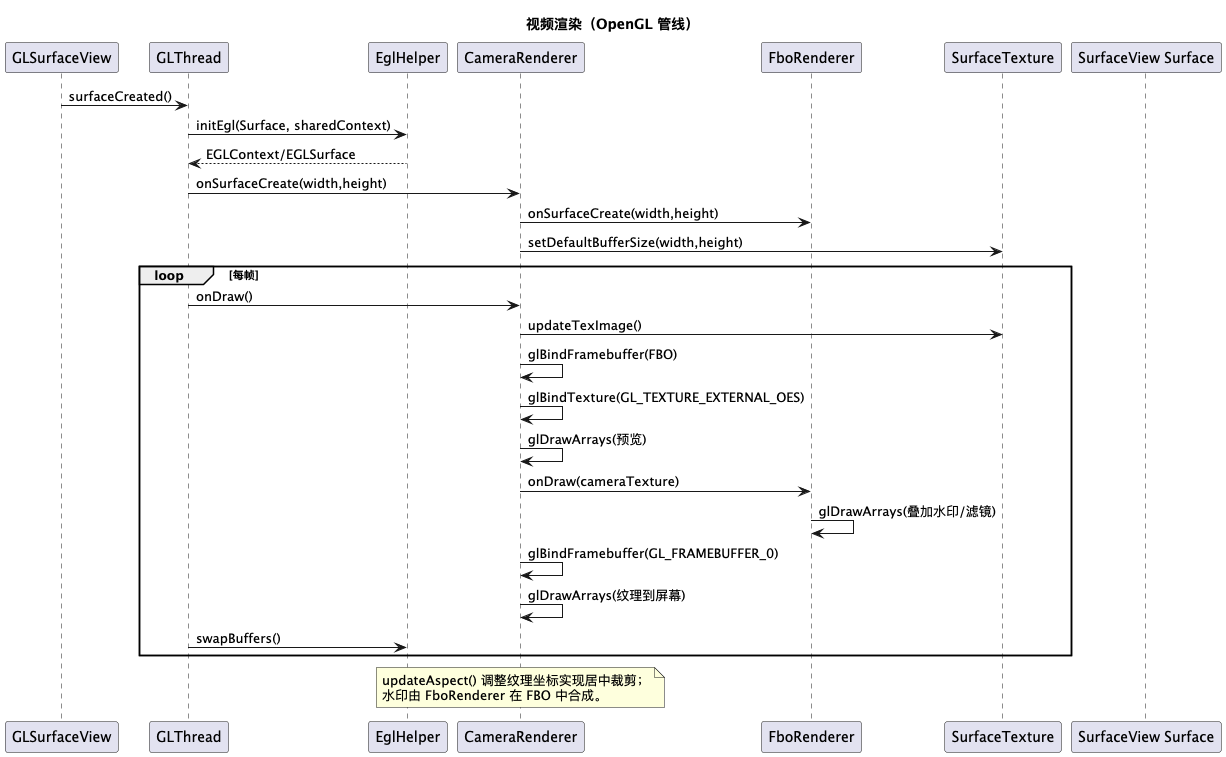
Before: docs/generated/video_render.png, a diagram exported from PlantUML (sunlulu427/MixedStream). The source it was exported from:
```plantuml
@startuml
title 视频渲染（OpenGL 管线）

participant GLSurfaceView
participant "GLThread" as GLThread
participant EglHelper
participant CameraRenderer
participant FboRenderer
participant SurfaceTexture
participant "SurfaceView Surface" as Surface

GLSurfaceView -> GLThread: surfaceCreated()
GLThread -> EglHelper: initEgl(Surface, sharedContext)
EglHelper --> GLThread: EGLContext/EGLSurface
GLThread -> CameraRenderer: onSurfaceCreate(width,height)
CameraRenderer -> FboRenderer: onSurfaceCreate(width,height)
CameraRenderer -> SurfaceTexture: setDefaultBufferSize(width,height)

loop 每帧
  GLThread -> CameraRenderer: onDraw()
  CameraRenderer -> SurfaceTexture: updateTexImage()
  CameraRenderer -> CameraRenderer: glBindFramebuffer(FBO)
  CameraRenderer -> CameraRenderer: glBindTexture(GL_TEXTURE_EXTERNAL_OES)
  CameraRenderer -> CameraRenderer: glDrawArrays(预览)
  CameraRenderer -> FboRenderer: onDraw(cameraTexture)
  FboRenderer -> FboRenderer: glDrawArrays(叠加水印/滤镜)
  CameraRenderer -> CameraRenderer: glBindFramebuffer(GL_FRAMEBUFFER_0)
  CameraRenderer -> CameraRenderer: glDrawArrays(纹理到屏幕)
  GLThread -> EglHelper: swapBuffers()
end

note over CameraRenderer
updateAspect() 调整纹理坐标实现居中裁剪；
水印由 FboRenderer 在 FBO 中合成。
end note

@enduml
```
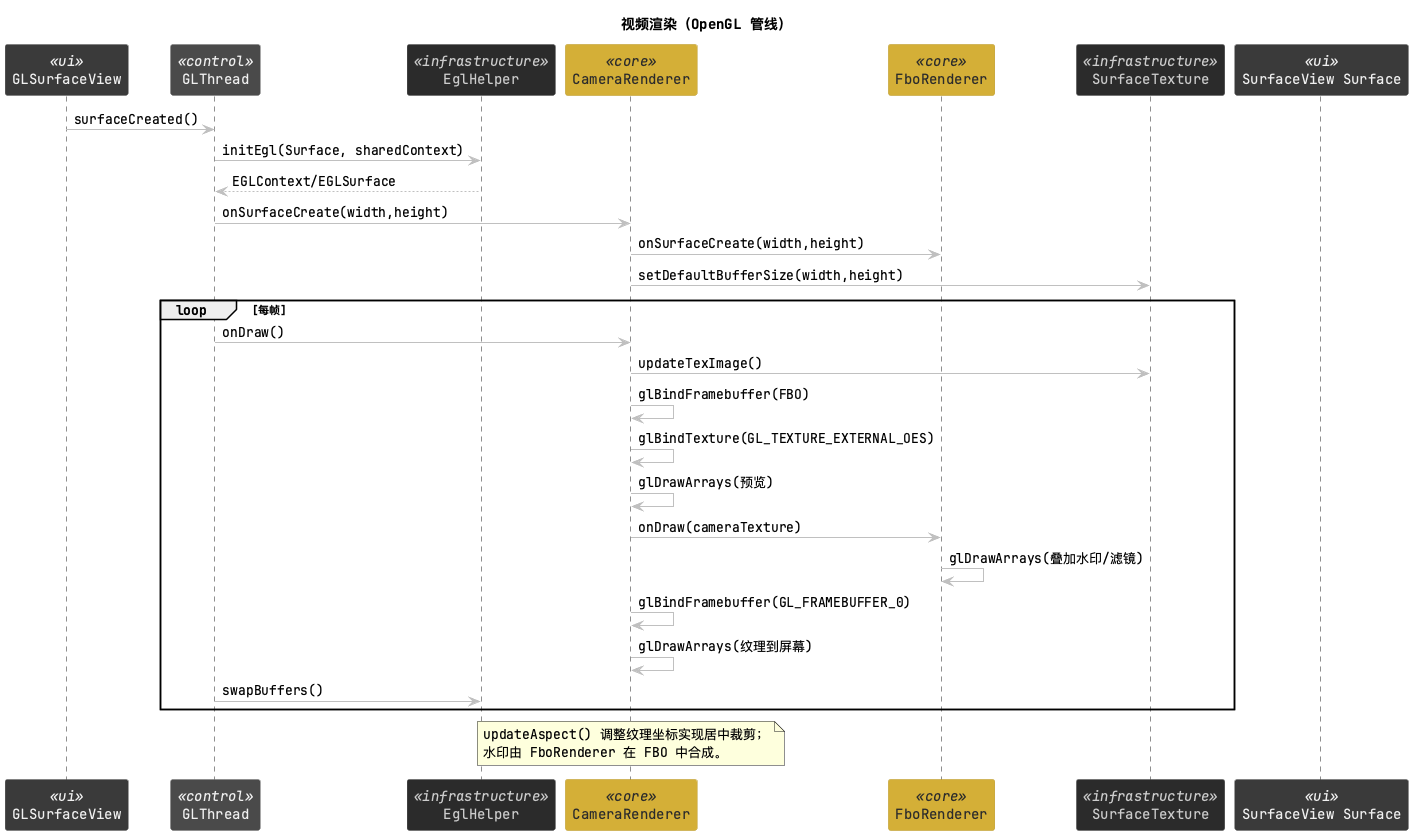
Later version of the same file.

Diff of the diagram source:
```diff
@@ -1,13 +1,41 @@
 @startuml
 title 视频渲染（OpenGL 管线）
 
-participant GLSurfaceView
-participant "GLThread" as GLThread
-participant EglHelper
-participant CameraRenderer
-participant FboRenderer
-participant SurfaceTexture
-participant "SurfaceView Surface" as Surface
+skinparam participant {
+  BackgroundColor #2b2b2b
+  BorderColor #999999
+  FontColor #f0f0f0
+}
+skinparam participant<<ui>> {
+  BackgroundColor #3a3a3a
+  BorderColor #666666
+  FontColor #f0f0f0
+}
+skinparam participant<<control>> {
+  BackgroundColor #4a4a4a
+  BorderColor #777777
+  FontColor #f0f0f0
+}
+skinparam participant<<core>> {
+  BackgroundColor #D4AF37
+  BorderColor #B8941F
+  FontColor #2b2b2b
+}
+skinparam participant<<infrastructure>> {
+  BackgroundColor #2b2b2b
+  BorderColor #555555
+  FontColor #cccccc
+}
+skinparam ArrowColor #c0c0c0
+skinparam defaultFontName "JetBrains Mono"
+
+participant GLSurfaceView <<ui>>
+participant "GLThread" as GLThread <<control>>
+participant EglHelper <<infrastructure>>
+participant CameraRenderer <<core>>
+participant FboRenderer <<core>>
+participant SurfaceTexture <<infrastructure>>
+participant "SurfaceView Surface" as Surface <<ui>>
 
 GLSurfaceView -> GLThread: surfaceCreated()
 GLThread -> EglHelper: initEgl(Surface, sharedContext)
```
